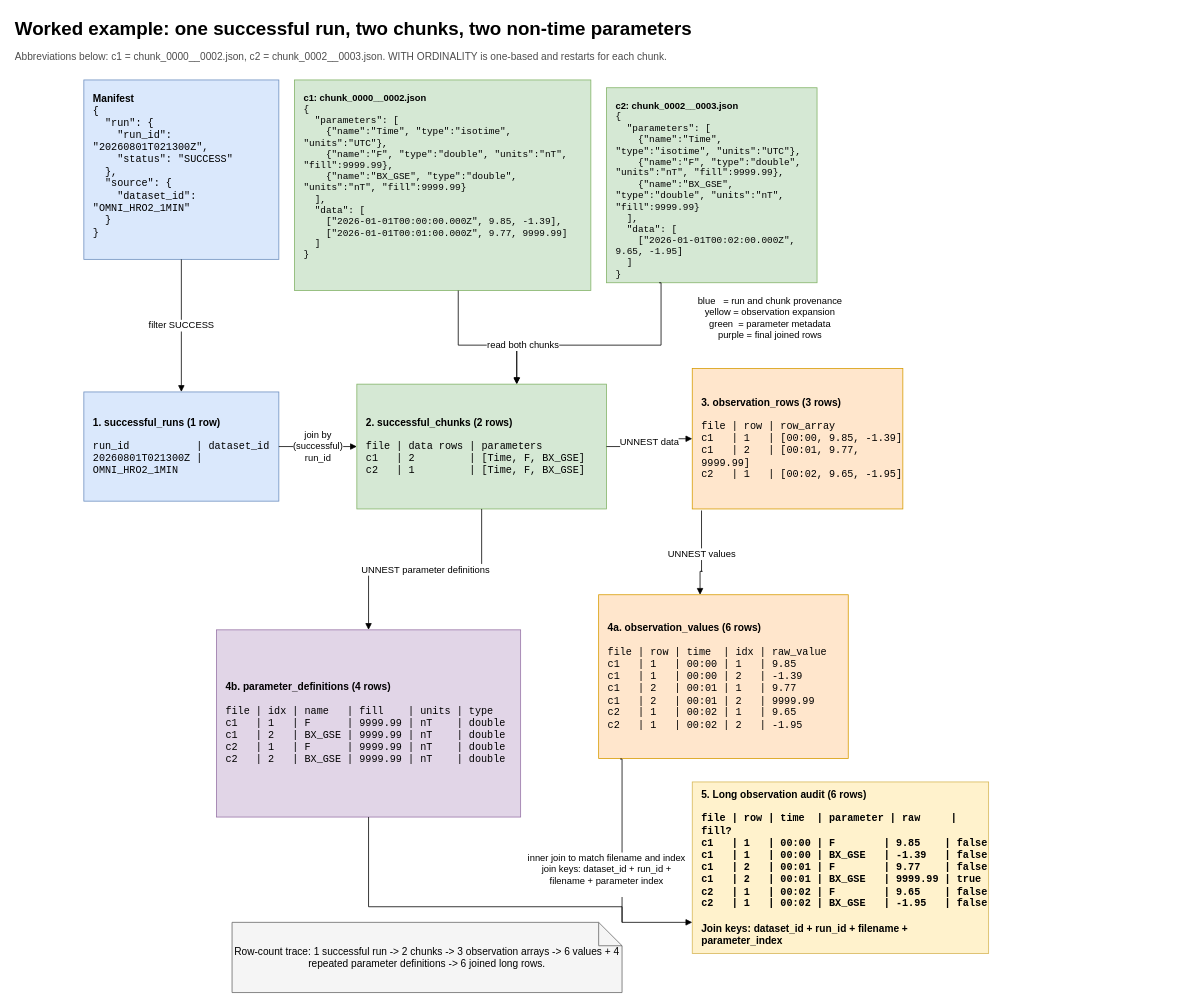
The draw.io diagram page "Worked example (audit table flow)" (4 of 6) of specs/omni-preproc.drawio in keithzyyy/space-weather-project, before the edit. Source tidied: cells renumbered, new cells numbered last; positions are measured from the earlier drawing's top-left corner, leaving out a move shared by most shapes. Both pictures are drawn from the tidied source at 78%, with x=0, y=0 at pixel (13, 13).
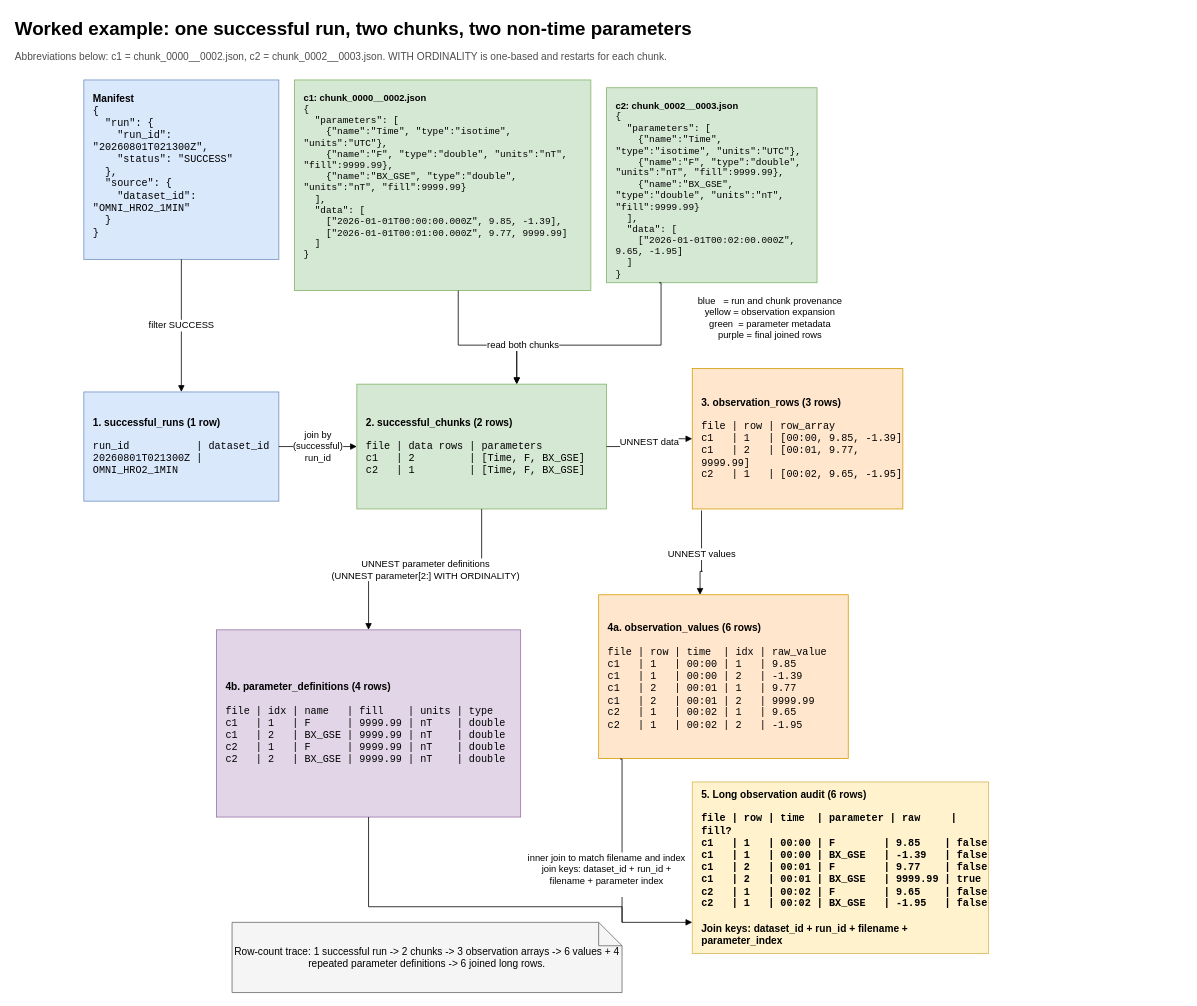
The same diagram, later.

The change refers to these unchanged cells:
```xml
<mxCell id="8" value="&lt;b&gt;2. successful_chunks (2 rows)&lt;/b&gt;&lt;br&gt;&lt;br&gt;&lt;div style=&quot;text-align:left;font-family:monospace;&quot;&gt;file | data rows | parameters&lt;br&gt;c1&amp;nbsp;&amp;nbsp; | 2&amp;nbsp;&amp;nbsp;&amp;nbsp;&amp;nbsp;&amp;nbsp;&amp;nbsp;&amp;nbsp;&amp;nbsp; | [Time, F, BX_GSE]&lt;br&gt;c2&amp;nbsp;&amp;nbsp; | 1&amp;nbsp;&amp;nbsp;&amp;nbsp;&amp;nbsp;&amp;nbsp;&amp;nbsp;&amp;nbsp;&amp;nbsp; | [Time, F, BX_GSE]&lt;/div&gt;" style="rounded=0;whiteSpace=wrap;html=1;fillColor=#D5E8D4;strokeColor=#82B366;align=left;spacingLeft=10;fontSize=13;" parent="1" vertex="1">
  <mxGeometry x="440" y="475" width="320" height="160" as="geometry" />
</mxCell>
<mxCell id="11" value="&lt;b&gt;4b. parameter_definitions (4 rows)&lt;/b&gt;&lt;br&gt;&lt;br&gt;&lt;div style=&quot;text-align:left;font-family:monospace;&quot;&gt;file | idx | name&amp;nbsp;&amp;nbsp; | fill&amp;nbsp;&amp;nbsp;&amp;nbsp; | units | type&lt;br&gt;c1&amp;nbsp;&amp;nbsp; | 1&amp;nbsp;&amp;nbsp; | F&amp;nbsp;&amp;nbsp;&amp;nbsp;&amp;nbsp;&amp;nbsp; | 9999.99 | nT&amp;nbsp;&amp;nbsp;&amp;nbsp; | double&lt;br&gt;c1&amp;nbsp;&amp;nbsp; | 2&amp;nbsp;&amp;nbsp; | BX_GSE | 9999.99 | nT&amp;nbsp;&amp;nbsp;&amp;nbsp; | double&lt;br&gt;c2&amp;nbsp;&amp;nbsp; | 1&amp;nbsp;&amp;nbsp; | F&amp;nbsp;&amp;nbsp;&amp;nbsp;&amp;nbsp;&amp;nbsp; | 9999.99 | nT&amp;nbsp;&amp;nbsp;&amp;nbsp; | double&lt;br&gt;c2&amp;nbsp;&amp;nbsp; | 2&amp;nbsp;&amp;nbsp; | BX_GSE | 9999.99 | nT&amp;nbsp;&amp;nbsp;&amp;nbsp; | double&lt;/div&gt;" style="rounded=0;whiteSpace=wrap;html=1;fillColor=#E1D5E7;strokeColor=#9673A6;align=left;spacingLeft=10;fontSize=13;" parent="1" vertex="1">
  <mxGeometry x="260" y="790" width="390" height="240" as="geometry" />
</mxCell>
```

The edit, as a diff of the source:
```diff
@@
-    <mxCell id="20" value="UNNEST parameter definitions" style="edgeStyle=orthogonalEdgeStyle;rounded=0;jettySize=auto;html=1;endArrow=block;endFill=1;fontSize=12;" parent="1" edge="1" source="8" target="11">
+    <mxCell id="20" value="UNNEST parameter definitions&lt;div&gt;(UNNEST parameter[2:] WITH ORDINALITY)&lt;/div&gt;" style="edgeStyle=orthogonalEdgeStyle;rounded=0;jettySize=auto;html=1;endArrow=block;endFill=1;fontSize=12;" parent="1" edge="1" source="8" target="11">
       <mxGeometry relative="1" as="geometry" />
     </mxCell>
```
